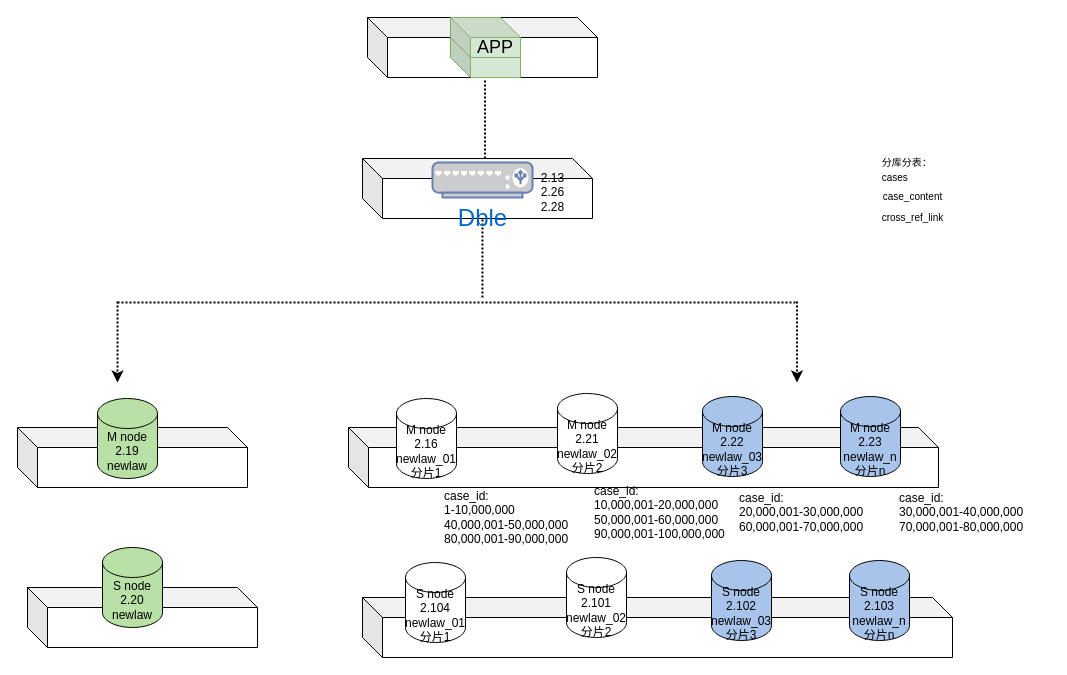
Earlier version of the draw.io diagram dble.drawio (leiting6/diagrams). Source tidied: cells renumbered, new cells numbered last; positions are measured from the earlier drawing's top-left corner, leaving out a move shared by most shapes. Both pictures are drawn from the tidied source at 100%, with x=0, y=0 at pixel (17, 17).
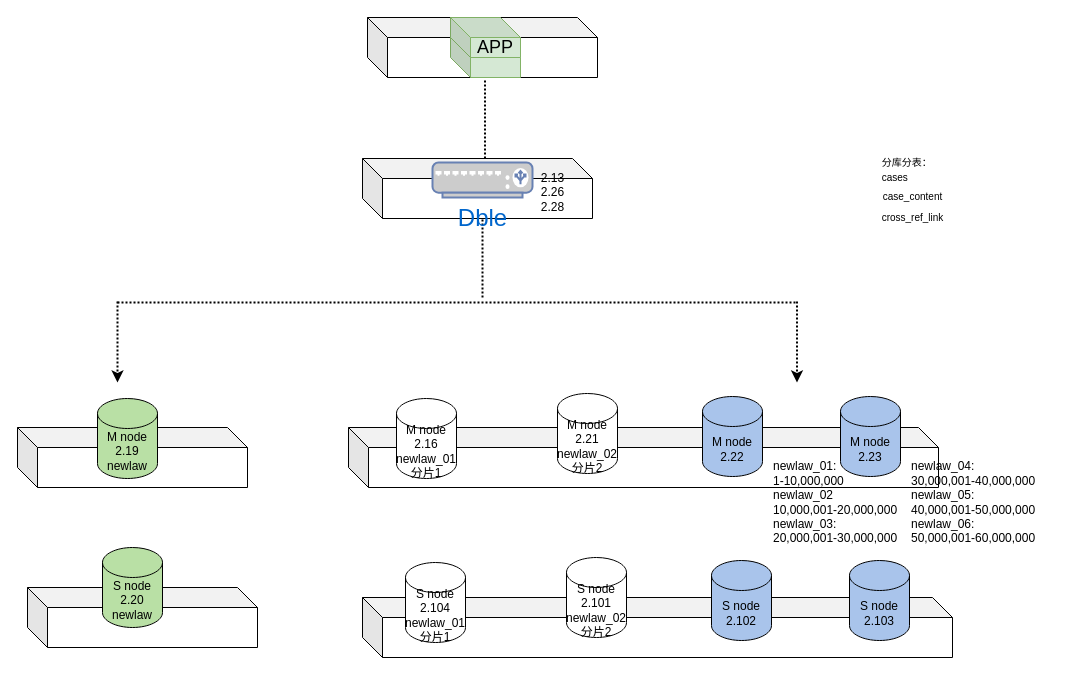
After the change.

The edit, as a diff of the source:
```diff
@@
-    <mxCell id="4" value="M node 2.22&lt;br&gt;newlaw_03&lt;br&gt;分片3" style="shape=cylinder3;whiteSpace=wrap;html=1;boundedLbl=1;backgroundOutline=1;size=15;fillColor=#A9C4EB;" parent="1" vertex="1">
+    <mxCell id="4" value="M node 2.22" style="shape=cylinder3;whiteSpace=wrap;html=1;boundedLbl=1;backgroundOutline=1;size=15;fillColor=#A9C4EB;" parent="1" vertex="1">
       <mxGeometry x="685" y="379" width="60" height="80" as="geometry" />
     </mxCell>
-    <mxCell id="5" value="M node 2.23&lt;br&gt;newlaw_n&lt;br&gt;分片n" style="shape=cylinder3;whiteSpace=wrap;html=1;boundedLbl=1;backgroundOutline=1;size=15;fillColor=#A9C4EB;" parent="1" vertex="1">
+    <mxCell id="5" value="M node 2.23" style="shape=cylinder3;whiteSpace=wrap;html=1;boundedLbl=1;backgroundOutline=1;size=15;fillColor=#A9C4EB;" parent="1" vertex="1">
       <mxGeometry x="823" y="379" width="60" height="80" as="geometry" />
     </mxCell>
@@
-    <mxCell id="9" value="case_id:&lt;br&gt;1-10,000,000&lt;br&gt;40,000,001-50,000,000&lt;br&gt;80,000,001-90,000,000" style="text;html=1;align=left;verticalAlign=middle;fillColor=none;strokeColor=none;rounded=0;" parent="1" vertex="1">
-      <mxGeometry x="425" y="470" width="140" height="60" as="geometry" />
-    </mxCell>
-    <mxCell id="10" value="case_id:&lt;br&gt;10,000,001-20,000,000&lt;br&gt;50,000,001-60,000,000&lt;br&gt;90,000,001-100,000,000" style="text;html=1;align=left;verticalAlign=middle;fillColor=none;strokeColor=none;rounded=0;" parent="1" vertex="1">
-      <mxGeometry x="575" y="465" width="150" height="60" as="geometry" />
-    </mxCell>
-    <mxCell id="11" value="case_id:&lt;br&gt;20,000,001-30,000,000&lt;br&gt;60,000,001-70,000,000" style="text;html=1;align=left;verticalAlign=middle;fillColor=none;strokeColor=none;rounded=0;" parent="1" vertex="1">
-      <mxGeometry x="720" y="470" width="140" height="50" as="geometry" />
+    <mxCell id="11" value="newlaw_01:&lt;br&gt;1-10,000,000&lt;br&gt;newlaw_02&lt;br&gt;10,000,001-20,000,000&lt;br&gt;newlaw_03:&lt;br&gt;20,000,001-30,000,000" style="text;html=1;align=left;verticalAlign=middle;fillColor=none;strokeColor=none;rounded=0;" parent="1" vertex="1">
+      <mxGeometry x="754" y="440" width="140" height="90" as="geometry" />
     </mxCell>
-    <mxCell id="12" value="case_id:&lt;br&gt;30,000,001-40,000,000&lt;br&gt;70,000,001-80,000,000" style="text;html=1;align=left;verticalAlign=middle;fillColor=none;strokeColor=none;rounded=0;" parent="1" vertex="1">
-      <mxGeometry x="880" y="470" width="140" height="50" as="geometry" />
+    <mxCell id="12" value="newlaw_04:&lt;br&gt;30,000,001-40,000,000&lt;br&gt;newlaw_05:&lt;br&gt;40,000,001-50,000,000&lt;br&gt;newlaw_06:&lt;br&gt;50,000,001-60,000,000" style="text;html=1;align=left;verticalAlign=middle;fillColor=none;strokeColor=none;rounded=0;" parent="1" vertex="1">
+      <mxGeometry x="892" y="440" width="140" height="90" as="geometry" />
     </mxCell>
@@
-    <mxCell id="17" value="S node 2.102&lt;br&gt;newlaw_03&lt;br&gt;分片3" style="shape=cylinder3;whiteSpace=wrap;html=1;boundedLbl=1;backgroundOutline=1;size=15;fillColor=#A9C4EB;" parent="1" vertex="1">
+    <mxCell id="17" value="S node 2.102" style="shape=cylinder3;whiteSpace=wrap;html=1;boundedLbl=1;backgroundOutline=1;size=15;fillColor=#A9C4EB;" parent="1" vertex="1">
       <mxGeometry x="694" y="543" width="60" height="80" as="geometry" />
     </mxCell>
-    <mxCell id="18" value="S node 2.103&lt;br&gt;newlaw_n&lt;br&gt;分片n" style="shape=cylinder3;whiteSpace=wrap;html=1;boundedLbl=1;backgroundOutline=1;size=15;fillColor=#A9C4EB;" parent="1" vertex="1">
+    <mxCell id="18" value="S node 2.103" style="shape=cylinder3;whiteSpace=wrap;html=1;boundedLbl=1;backgroundOutline=1;size=15;fillColor=#A9C4EB;" parent="1" vertex="1">
       <mxGeometry x="832" y="543" width="60" height="80" as="geometry" />
     </mxCell>
```
